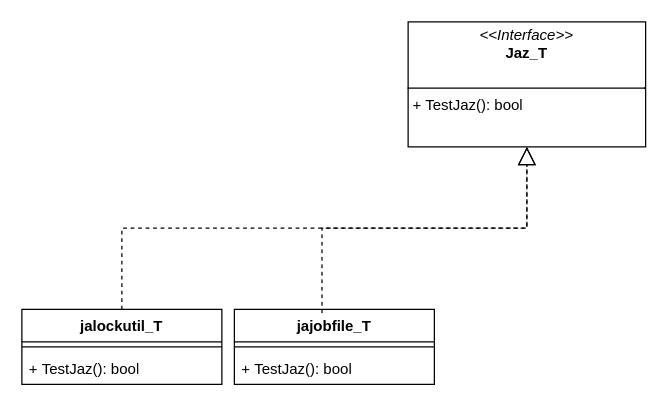
Before: TestJaz-go.drawio in zukigit/design_structures, a draw.io diagram. Source tidied: cells renumbered, new cells numbered last; positions are measured from the earlier drawing's top-left corner, leaving out a move shared by most shapes. Both pictures are drawn from the tidied source at 125%, with x=0, y=0 at pixel (21, 21).
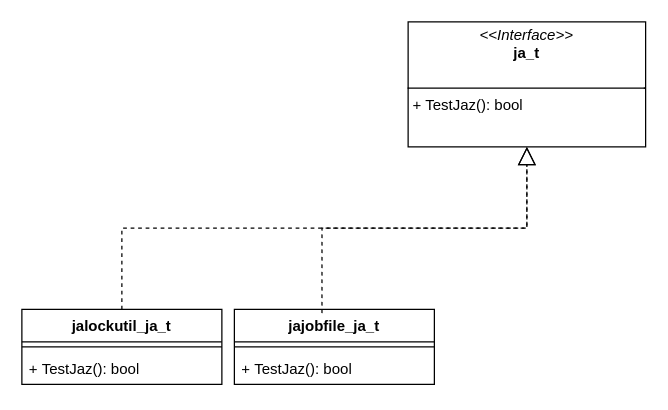
After the change.

Diff of the diagram source:
```diff
@@
 <mxGraphModel>
   <root>
     <mxCell id="0" />
     <mxCell id="1" parent="0" />
-    <mxCell id="2" value="&lt;p style=&quot;margin:0px;margin-top:4px;text-align:center;&quot;&gt;&lt;i&gt;&amp;lt;&amp;lt;Interface&amp;gt;&amp;gt;&lt;/i&gt;&lt;br&gt;&lt;b&gt;Jaz_T&lt;/b&gt;&lt;/p&gt;&lt;br&gt;&lt;hr style=&quot;border-style:solid;&quot; size=&quot;1&quot;&gt;&lt;p style=&quot;margin:0px;margin-left:4px;&quot;&gt;+ TestJaz(): bool&lt;br&gt;&lt;/p&gt;" style="verticalAlign=top;align=left;overflow=fill;html=1;whiteSpace=wrap;" parent="1" vertex="1">
+    <mxCell id="2" value="&lt;p style=&quot;margin:0px;margin-top:4px;text-align:center;&quot;&gt;&lt;i&gt;&amp;lt;&amp;lt;Interface&amp;gt;&amp;gt;&lt;/i&gt;&lt;br&gt;&lt;b&gt;ja_t&lt;/b&gt;&lt;br&gt;&lt;/p&gt;&lt;br&gt;&lt;hr style=&quot;border-style:solid;&quot; size=&quot;1&quot;&gt;&lt;p style=&quot;margin:0px;margin-left:4px;&quot;&gt;+ TestJaz(): bool&lt;br&gt;&lt;/p&gt;" style="verticalAlign=top;align=left;overflow=fill;html=1;whiteSpace=wrap;" parent="1" vertex="1">
       <mxGeometry x="309" width="190" height="100" as="geometry" />
     </mxCell>
-    <mxCell id="3" value="jalockutil_T" style="swimlane;fontStyle=1;align=center;verticalAlign=top;horizontal=1;startSize=26;whiteSpace=wrap;html=1;" parent="1" vertex="1">
+    <mxCell id="3" value="jalockutil_&lt;b&gt;ja_t&lt;/b&gt;" style="swimlane;fontStyle=1;align=center;verticalAlign=top;horizontal=1;startSize=26;whiteSpace=wrap;html=1;" parent="1" vertex="1">
       <mxGeometry y="230" width="160" height="60" as="geometry" />
     </mxCell>
     <mxCell id="4" style="line;strokeWidth=1;fillColor=none;align=left;verticalAlign=middle;spacingTop=-1;spacingLeft=3;spacingRight=3;labelPosition=right;strokeColor=inherit;" parent="3" vertex="1">
       <mxGeometry y="26" width="160" height="8" as="geometry" />
     </mxCell>
     <mxCell id="5" value="+&amp;nbsp;TestJaz(): bool" style="text;strokeColor=none;fillColor=none;align=left;verticalAlign=top;spacingLeft=4;spacingRight=4;overflow=hidden;whiteSpace=wrap;html=1;" parent="3" vertex="1">
       <mxGeometry y="34" width="160" height="26" as="geometry" />
     </mxCell>
-    <mxCell id="6" value="jajobfile_T" style="swimlane;fontStyle=1;align=center;verticalAlign=top;horizontal=1;startSize=26;whiteSpace=wrap;html=1;" parent="1" vertex="1">
+    <mxCell id="6" value="jajobfile_&lt;b&gt;ja_t&lt;/b&gt;" style="swimlane;fontStyle=1;align=center;verticalAlign=top;horizontal=1;startSize=26;whiteSpace=wrap;html=1;" parent="1" vertex="1">
       <mxGeometry x="170" y="230" width="160" height="60" as="geometry" />
     </mxCell>
     <mxCell id="7" style="line;strokeWidth=1;fillColor=none;align=left;verticalAlign=middle;spacingTop=-1;spacingLeft=3;spacingRight=3;labelPosition=right;strokeColor=inherit;" parent="6" vertex="1">
       <mxGeometry y="26" width="160" height="8" as="geometry" />
     </mxCell>
     <mxCell id="8" value="+&amp;nbsp;TestJaz(): bool" style="text;strokeColor=none;fillColor=none;align=left;verticalAlign=top;spacingLeft=4;spacingRight=4;overflow=hidden;whiteSpace=wrap;html=1;" parent="6" vertex="1">
       <mxGeometry y="34" width="160" height="26" as="geometry" />
     </mxCell>
     <mxCell id="9" style="endArrow=block;dashed=1;endFill=0;endSize=12;html=1;rounded=0;exitX=0.5;exitY=0;exitDx=0;exitDy=0;entryX=0.5;entryY=1;entryDx=0;entryDy=0;edgeStyle=orthogonalEdgeStyle;" parent="1" edge="1" source="3" target="2">
       <mxGeometry relative="1" as="geometry" />
     </mxCell>
     <mxCell id="10" style="endArrow=block;dashed=1;endFill=0;endSize=12;html=1;rounded=0;exitX=0.438;exitY=0.05;exitDx=0;exitDy=0;entryX=0.5;entryY=1;entryDx=0;entryDy=0;edgeStyle=orthogonalEdgeStyle;exitPerimeter=0;" parent="1" edge="1" source="6" target="2">
       <mxGeometry relative="1" as="geometry" />
     </mxCell>
   </root>
 </mxGraphModel>
```
